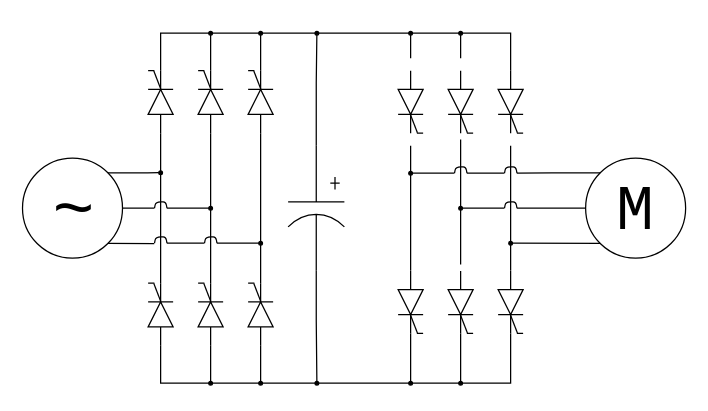
This is LCI.drawio from thece36/drawio_schemes_ac_motors, a draw.io file, before an edit. Source tidied: cells renumbered, new cells numbered last; positions are measured from the earlier drawing's top-left corner, leaving out a move shared by most shapes. Both pictures are drawn from the tidied source at 125%, with x=0, y=0 at pixel (22, 32).
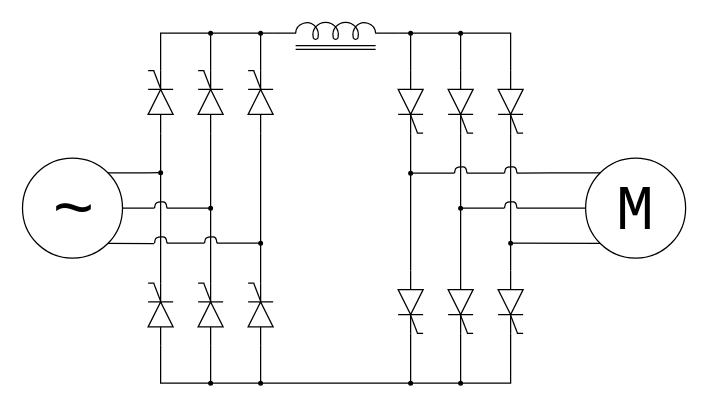
The same page after the edit.

The change refers to these unchanged cells:
```xml
<mxCell id="21" style="fillColor=#000000;verticalLabelPosition=bottom;shadow=0;dashed=0;align=center;fillColor=#ffffff;html=1;verticalAlign=top;strokeWidth=1;shape=mxgraph.electrical.diodes.diode;rotation=-90;" parent="20" vertex="1">
  <mxGeometry width="50" height="20" as="geometry" />
</mxCell>
<mxCell id="68" style="fillColor=#000000;verticalLabelPosition=bottom;shadow=0;dashed=0;align=center;fillColor=#ffffff;html=1;verticalAlign=top;strokeWidth=1;shape=mxgraph.electrical.diodes.diode;rotation=90;" parent="67" vertex="1">
  <mxGeometry width="50" height="20" as="geometry" />
</mxCell>
<mxCell id="72" style="fillColor=#000000;verticalLabelPosition=bottom;shadow=0;dashed=0;align=center;fillColor=#ffffff;html=1;verticalAlign=top;strokeWidth=1;shape=mxgraph.electrical.diodes.diode;rotation=90;" parent="71" vertex="1">
  <mxGeometry width="50" height="20" as="geometry" />
</mxCell>
<mxCell id="76" style="fillColor=#000000;verticalLabelPosition=bottom;shadow=0;dashed=0;align=center;fillColor=#ffffff;html=1;verticalAlign=top;strokeWidth=1;shape=mxgraph.electrical.diodes.diode;rotation=90;" parent="75" vertex="1">
  <mxGeometry width="50" height="20" as="geometry" />
</mxCell>
<mxCell id="84" style="fillColor=#000000;verticalLabelPosition=bottom;shadow=0;dashed=0;align=center;fillColor=#ffffff;html=1;verticalAlign=top;strokeWidth=1;shape=mxgraph.electrical.diodes.diode;rotation=90;" parent="83" vertex="1">
  <mxGeometry width="50" height="20" as="geometry" />
</mxCell>
```

Diff of the diagram source:
```diff
@@
-    <mxCell id="2" style="edgeStyle=orthogonalEdgeStyle;rounded=0;jettySize=auto;html=1;exitX=1;exitY=0.5;exitDx=0;exitDy=0;fontSize=56;endArrow=none;endFill=0;exitPerimeter=0;entryX=0;entryY=0.5;entryDx=0;entryDy=0;entryPerimeter=0;" parent="1" edge="1" source="21" target="76">
+    <mxCell id="2" style="edgeStyle=orthogonalEdgeStyle;rounded=0;jettySize=auto;html=1;exitX=1;exitY=0.5;exitDx=0;exitDy=0;fontSize=56;endArrow=none;endFill=0;exitPerimeter=0;entryX=0;entryY=0.645;entryDx=0;entryDy=0;entryPerimeter=0;" parent="1" edge="1" source="21" target="91">
       <mxGeometry relative="1" as="geometry">
         <Array as="points">
           <mxPoint x="110" />
-          <mxPoint x="390" />
         </Array>
       </mxGeometry>
     </mxCell>
@@
-    <mxCell id="46" style="endArrow=oval;html=1;fontSize=56;endFill=1;endSize=3;" parent="1" edge="1">
+    <mxCell id="46" style="endArrow=oval;html=1;fontSize=56;endFill=1;endSize=3;exitX=0;exitY=0.5;exitDx=0;exitDy=0;exitPerimeter=0;" parent="1" edge="1" source="68">
       <mxGeometry relative="1" as="geometry">
-        <mxPoint x="310" y="20" as="sourcePoint" />
         <mxPoint x="310" as="targetPoint" />
       </mxGeometry>
     </mxCell>
-    <mxCell id="47" style="endArrow=oval;html=1;fontSize=56;endFill=1;endSize=3;" parent="1" edge="1">
+    <mxCell id="47" style="endArrow=oval;html=1;fontSize=56;endFill=1;endSize=3;exitX=0;exitY=0.5;exitDx=0;exitDy=0;exitPerimeter=0;" parent="1" edge="1" source="72">
       <mxGeometry relative="1" as="geometry">
-        <mxPoint x="350" y="20" as="sourcePoint" />
         <mxPoint x="350" as="targetPoint" />
       </mxGeometry>
     </mxCell>
@@
-    <mxCell id="50" style="endArrow=none;html=1;fontSize=56;" parent="1" edge="1">
+    <mxCell id="50" style="endArrow=none;html=1;fontSize=56;entryX=1;entryY=0.5;entryDx=0;entryDy=0;entryPerimeter=0;" parent="1" edge="1" target="68">
       <mxGeometry relative="1" as="geometry">
         <mxPoint x="310" y="190" as="sourcePoint" />
-        <mxPoint x="310" y="90" as="targetPoint" />
       </mxGeometry>
     </mxCell>
-    <mxCell id="51" style="endArrow=none;html=1;fontSize=56;" parent="1" edge="1">
+    <mxCell id="51" style="endArrow=none;html=1;fontSize=56;entryX=1;entryY=0.5;entryDx=0;entryDy=0;entryPerimeter=0;" parent="1" edge="1" target="76">
       <mxGeometry relative="1" as="geometry">
         <mxPoint x="390" y="190" as="sourcePoint" />
-        <mxPoint x="390" y="90" as="targetPoint" />
       </mxGeometry>
     </mxCell>
-    <mxCell id="52" style="endArrow=none;html=1;fontSize=56;" parent="1" edge="1">
-      <mxGeometry relative="1" as="geometry">
-        <mxPoint x="350" y="185" as="sourcePoint" />
-        <mxPoint x="350" y="85" as="targetPoint" />
-      </mxGeometry>
+    <mxCell id="52" style="endArrow=none;html=1;fontSize=56;entryX=1;entryY=0.5;entryDx=0;entryDy=0;entryPerimeter=0;exitX=0;exitY=0.5;exitDx=0;exitDy=0;exitPerimeter=0;" parent="1" edge="1" source="84" target="72">
+      <mxGeometry relative="1" as="geometry" />
     </mxCell>
-    <mxCell id="53" style="edgeStyle=orthogonalEdgeStyle;rounded=0;jettySize=auto;html=1;exitX=0;exitY=0.5;exitDx=0;exitDy=0;exitPerimeter=0;endArrow=oval;endFill=1;endSize=3;fontSize=56;" parent="1" edge="1" source="55">
-      <mxGeometry relative="1" as="geometry">
-        <mxPoint x="235" as="targetPoint" />
-        <Array as="points">
-          <mxPoint x="235" y="40" />
-        </Array>
-      </mxGeometry>
-    </mxCell>
-    <mxCell id="54" style="edgeStyle=orthogonalEdgeStyle;rounded=0;jettySize=auto;html=1;exitX=1;exitY=0.5;exitDx=0;exitDy=0;exitPerimeter=0;endArrow=oval;endFill=1;endSize=3;fontSize=56;" parent="1" edge="1" source="55">
-      <mxGeometry relative="1" as="geometry">
-        <mxPoint x="235" y="280" as="targetPoint" />
-        <Array as="points">
-          <mxPoint x="235" y="230" />
-        </Array>
-      </mxGeometry>
-    </mxCell>
-    <mxCell id="55" style="verticalLabelPosition=bottom;shadow=0;dashed=0;align=center;fillColor=#ffffff;html=1;verticalAlign=top;strokeWidth=1;shape=mxgraph.electrical.capacitors.capacitor_3;fontSize=56;direction=south;" parent="1" vertex="1">
-      <mxGeometry x="212" y="90" width="45" height="100" as="geometry" />
-    </mxCell>
@@
+    <mxCell id="91" style="verticalLabelPosition=bottom;shadow=0;dashed=0;align=center;fillColor=#ffffff;html=1;verticalAlign=top;strokeWidth=1;shape=mxgraph.electrical.inductors.inductor_5;" parent="1" vertex="1">
+      <mxGeometry x="200" y="-9" width="100" height="14" as="geometry" />
+    </mxCell>
+    <mxCell id="92" style="verticalLabelPosition=bottom;shadow=0;dashed=0;align=center;fillColor=#ffffff;html=1;verticalAlign=top;strokeWidth=1;shape=mxgraph.electrical.inductors.magnetic_core;direction=north;" parent="1" vertex="1">
+      <mxGeometry x="218" y="10" width="64" height="3" as="geometry" />
+    </mxCell>
+    <mxCell id="93" style="endArrow=none;html=1;exitX=1;exitY=0.645;exitDx=0;exitDy=0;exitPerimeter=0;entryX=0;entryY=0.5;entryDx=0;entryDy=0;entryPerimeter=0;edgeStyle=orthogonalEdgeStyle;rounded=0;" parent="1" edge="1" source="91" target="76">
+      <mxGeometry relative="1" as="geometry" />
+    </mxCell>
```
